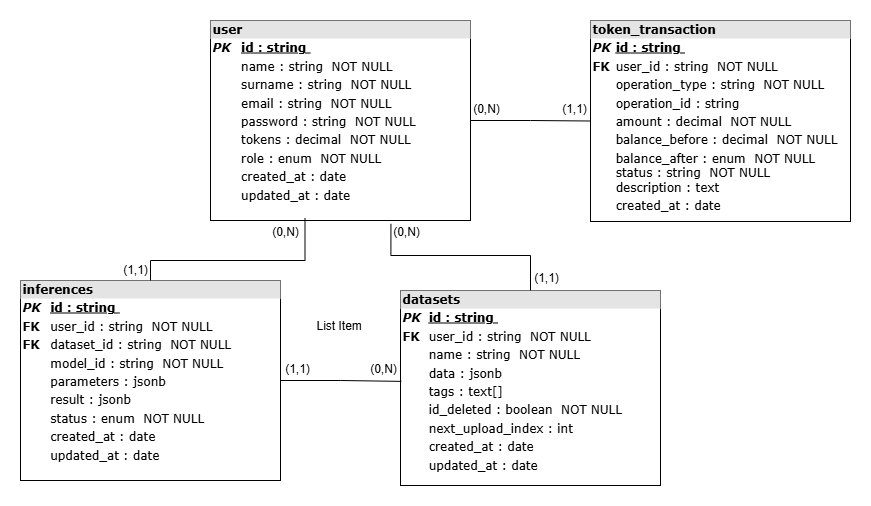
Before: public/Database.png, a diagram exported from draw.io (L041B/Advanced-Programming-Inpainting). Source tidied: cells renumbered, new cells last; positions are measured from the earlier drawing's top-left corner, leaving out a move shared by most shapes.
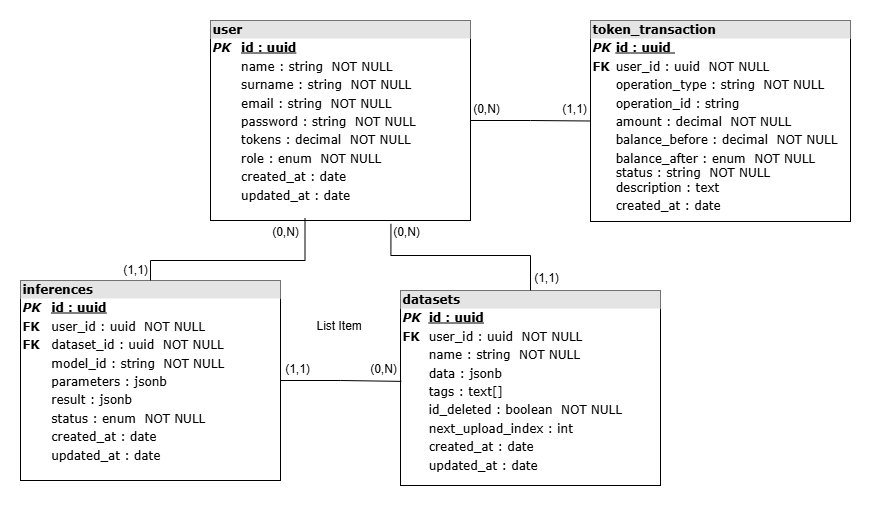
Later version of the same file.

Commit message:
chore: Update Database.png to reflect recent changes

What changed in the source:
```diff
@@ -5,16 +5,16 @@
     <mxCell id="2" style="edgeStyle=orthogonalEdgeStyle;rounded=0;jettySize=auto;html=1;exitX=1;exitY=0.5;exitDx=0;exitDy=0;entryX=0;entryY=0.5;entryDx=0;entryDy=0;endArrow=none;endFill=0;" parent="1" edge="1" source="3" target="4">
       <mxGeometry relative="1" as="geometry" />
     </mxCell>
-    <mxCell id="3" value="&lt;div style=&quot;box-sizing: border-box; width: 100%; background: rgb(228, 228, 228); padding: 2px;&quot;&gt;&lt;b&gt;user&lt;/b&gt;&lt;/div&gt;&lt;table style=&quot;width: 100% ; font-size: 1em&quot; cellpadding=&quot;2&quot; cellspacing=&quot;0&quot;&gt;&lt;tbody&gt;&lt;tr&gt;&lt;td&gt;&lt;i style=&quot;&quot;&gt;&lt;b&gt;PK&lt;/b&gt;&lt;/i&gt;&lt;/td&gt;&lt;td&gt;&lt;b&gt;&lt;u&gt;id : string&amp;nbsp;&lt;/u&gt;&lt;/b&gt;&amp;nbsp;&lt;/td&gt;&lt;/tr&gt;&lt;tr&gt;&lt;td&gt;&lt;br&gt;&lt;/td&gt;&lt;td&gt;name : string&amp;nbsp; NOT NULL&lt;/td&gt;&lt;/tr&gt;&lt;tr&gt;&lt;td&gt;&lt;/td&gt;&lt;td&gt;surname : string&amp;nbsp; NOT NULL&lt;/td&gt;&lt;/tr&gt;&lt;tr&gt;&lt;td&gt;&lt;br&gt;&lt;/td&gt;&lt;td&gt;email : string&amp;nbsp; NOT NULL&lt;/td&gt;&lt;/tr&gt;&lt;tr&gt;&lt;td&gt;&lt;br&gt;&lt;/td&gt;&lt;td&gt;password : string&amp;nbsp; NOT NULL&lt;/td&gt;&lt;/tr&gt;&lt;tr&gt;&lt;td&gt;&lt;br&gt;&lt;/td&gt;&lt;td&gt;tokens : decimal&amp;nbsp; NOT NULL&lt;/td&gt;&lt;/tr&gt;&lt;tr&gt;&lt;td&gt;&lt;br&gt;&lt;/td&gt;&lt;td&gt;role : enum&amp;nbsp; NOT NULL&lt;/td&gt;&lt;/tr&gt;&lt;tr&gt;&lt;td&gt;&lt;br&gt;&lt;/td&gt;&lt;td&gt;created_at : date&lt;/td&gt;&lt;/tr&gt;&lt;tr&gt;&lt;td&gt;&lt;br&gt;&lt;/td&gt;&lt;td&gt;updated_at : date&lt;/td&gt;&lt;/tr&gt;&lt;tr&gt;&lt;td&gt;&lt;/td&gt;&lt;td&gt;&lt;br&gt;&lt;/td&gt;&lt;/tr&gt;&lt;/tbody&gt;&lt;/table&gt;" style="verticalAlign=top;align=left;overflow=fill;html=1;rounded=0;shadow=0;comic=0;labelBackgroundColor=none;strokeWidth=1;fontFamily=Verdana;fontSize=12;" parent="1" vertex="1">
+    <mxCell id="3" value="&lt;div style=&quot;box-sizing: border-box; width: 100%; background: rgb(228, 228, 228); padding: 2px;&quot;&gt;&lt;b&gt;user&lt;/b&gt;&lt;/div&gt;&lt;table style=&quot;width: 100% ; font-size: 1em&quot; cellpadding=&quot;2&quot; cellspacing=&quot;0&quot;&gt;&lt;tbody&gt;&lt;tr&gt;&lt;td&gt;&lt;i style=&quot;&quot;&gt;&lt;b&gt;PK&lt;/b&gt;&lt;/i&gt;&lt;/td&gt;&lt;td&gt;&lt;b&gt;&lt;u&gt;id : uuid&lt;/u&gt;&lt;/b&gt;&amp;nbsp;&lt;/td&gt;&lt;/tr&gt;&lt;tr&gt;&lt;td&gt;&lt;br&gt;&lt;/td&gt;&lt;td&gt;name : string&amp;nbsp; NOT NULL&lt;/td&gt;&lt;/tr&gt;&lt;tr&gt;&lt;td&gt;&lt;/td&gt;&lt;td&gt;surname : string&amp;nbsp; NOT NULL&lt;/td&gt;&lt;/tr&gt;&lt;tr&gt;&lt;td&gt;&lt;br&gt;&lt;/td&gt;&lt;td&gt;email : string&amp;nbsp; NOT NULL&lt;/td&gt;&lt;/tr&gt;&lt;tr&gt;&lt;td&gt;&lt;br&gt;&lt;/td&gt;&lt;td&gt;password : string&amp;nbsp; NOT NULL&lt;/td&gt;&lt;/tr&gt;&lt;tr&gt;&lt;td&gt;&lt;br&gt;&lt;/td&gt;&lt;td&gt;tokens : decimal&amp;nbsp; NOT NULL&lt;/td&gt;&lt;/tr&gt;&lt;tr&gt;&lt;td&gt;&lt;br&gt;&lt;/td&gt;&lt;td&gt;role : enum&amp;nbsp; NOT NULL&lt;/td&gt;&lt;/tr&gt;&lt;tr&gt;&lt;td&gt;&lt;br&gt;&lt;/td&gt;&lt;td&gt;created_at : date&lt;/td&gt;&lt;/tr&gt;&lt;tr&gt;&lt;td&gt;&lt;br&gt;&lt;/td&gt;&lt;td&gt;updated_at : date&lt;/td&gt;&lt;/tr&gt;&lt;tr&gt;&lt;td&gt;&lt;/td&gt;&lt;td&gt;&lt;br&gt;&lt;/td&gt;&lt;/tr&gt;&lt;/tbody&gt;&lt;/table&gt;" style="verticalAlign=top;align=left;overflow=fill;html=1;rounded=0;shadow=0;comic=0;labelBackgroundColor=none;strokeWidth=1;fontFamily=Verdana;fontSize=12;" parent="1" vertex="1">
       <mxGeometry x="190" width="260" height="200" as="geometry" />
     </mxCell>
-    <mxCell id="4" value="&lt;div style=&quot;box-sizing: border-box; width: 100%; background: rgb(228, 228, 228); padding: 2px;&quot;&gt;&lt;b&gt;token_transaction&lt;/b&gt;&lt;/div&gt;&lt;table style=&quot;width: 100% ; font-size: 1em&quot; cellpadding=&quot;2&quot; cellspacing=&quot;0&quot;&gt;&lt;tbody&gt;&lt;tr&gt;&lt;td&gt;&lt;i style=&quot;&quot;&gt;&lt;b&gt;PK&lt;/b&gt;&lt;/i&gt;&lt;/td&gt;&lt;td&gt;&lt;b&gt;&lt;u&gt;id : string&amp;nbsp;&lt;/u&gt;&lt;/b&gt;&amp;nbsp;&lt;/td&gt;&lt;/tr&gt;&lt;tr&gt;&lt;td&gt;&lt;b&gt;FK&lt;/b&gt;&lt;/td&gt;&lt;td&gt;user_id : string&amp;nbsp; NOT NULL&lt;/td&gt;&lt;/tr&gt;&lt;tr&gt;&lt;td&gt;&lt;/td&gt;&lt;td&gt;operation_type : string&amp;nbsp; NOT NULL&lt;/td&gt;&lt;/tr&gt;&lt;tr&gt;&lt;td&gt;&lt;br&gt;&lt;/td&gt;&lt;td&gt;operation_id : string&amp;nbsp;&amp;nbsp;&lt;/td&gt;&lt;/tr&gt;&lt;tr&gt;&lt;td&gt;&lt;br&gt;&lt;/td&gt;&lt;td&gt;amount : decimal&amp;nbsp; NOT NULL&lt;/td&gt;&lt;/tr&gt;&lt;tr&gt;&lt;td&gt;&lt;br&gt;&lt;/td&gt;&lt;td&gt;balance_before : decimal&amp;nbsp; NOT NULL&lt;/td&gt;&lt;/tr&gt;&lt;tr&gt;&lt;td&gt;&lt;br&gt;&lt;/td&gt;&lt;td&gt;balance_after : enum&amp;nbsp; NOT NULL&lt;br&gt;status : string&amp;nbsp; NOT NULL&lt;br&gt;description : text&lt;/td&gt;&lt;/tr&gt;&lt;tr&gt;&lt;td&gt;&lt;br&gt;&lt;/td&gt;&lt;td&gt;created_at : date&lt;/td&gt;&lt;/tr&gt;&lt;tr&gt;&lt;td&gt;&lt;br&gt;&lt;/td&gt;&lt;td&gt;&lt;br&gt;&lt;/td&gt;&lt;/tr&gt;&lt;tr&gt;&lt;td&gt;&lt;/td&gt;&lt;td&gt;&lt;br&gt;&lt;/td&gt;&lt;/tr&gt;&lt;/tbody&gt;&lt;/table&gt;" style="verticalAlign=top;align=left;overflow=fill;html=1;rounded=0;shadow=0;comic=0;labelBackgroundColor=none;strokeWidth=1;fontFamily=Verdana;fontSize=12;" parent="1" vertex="1">
+    <mxCell id="4" value="&lt;div style=&quot;box-sizing: border-box; width: 100%; background: rgb(228, 228, 228); padding: 2px;&quot;&gt;&lt;b&gt;token_transaction&lt;/b&gt;&lt;/div&gt;&lt;table style=&quot;width: 100% ; font-size: 1em&quot; cellpadding=&quot;2&quot; cellspacing=&quot;0&quot;&gt;&lt;tbody&gt;&lt;tr&gt;&lt;td&gt;&lt;i style=&quot;&quot;&gt;&lt;b&gt;PK&lt;/b&gt;&lt;/i&gt;&lt;/td&gt;&lt;td&gt;&lt;b&gt;&lt;u&gt;id : uuid&amp;nbsp;&lt;/u&gt;&lt;/b&gt;&amp;nbsp;&lt;/td&gt;&lt;/tr&gt;&lt;tr&gt;&lt;td&gt;&lt;b&gt;FK&lt;/b&gt;&lt;/td&gt;&lt;td&gt;user_id : uuid&amp;nbsp; NOT NULL&lt;/td&gt;&lt;/tr&gt;&lt;tr&gt;&lt;td&gt;&lt;/td&gt;&lt;td&gt;operation_type : string&amp;nbsp; NOT NULL&lt;/td&gt;&lt;/tr&gt;&lt;tr&gt;&lt;td&gt;&lt;br&gt;&lt;/td&gt;&lt;td&gt;operation_id : string&amp;nbsp;&amp;nbsp;&lt;/td&gt;&lt;/tr&gt;&lt;tr&gt;&lt;td&gt;&lt;br&gt;&lt;/td&gt;&lt;td&gt;amount : decimal&amp;nbsp; NOT NULL&lt;/td&gt;&lt;/tr&gt;&lt;tr&gt;&lt;td&gt;&lt;br&gt;&lt;/td&gt;&lt;td&gt;balance_before : decimal&amp;nbsp; NOT NULL&lt;/td&gt;&lt;/tr&gt;&lt;tr&gt;&lt;td&gt;&lt;br&gt;&lt;/td&gt;&lt;td&gt;balance_after : enum&amp;nbsp; NOT NULL&lt;br&gt;status : string&amp;nbsp; NOT NULL&lt;br&gt;description : text&lt;/td&gt;&lt;/tr&gt;&lt;tr&gt;&lt;td&gt;&lt;br&gt;&lt;/td&gt;&lt;td&gt;created_at : date&lt;/td&gt;&lt;/tr&gt;&lt;tr&gt;&lt;td&gt;&lt;br&gt;&lt;/td&gt;&lt;td&gt;&lt;br&gt;&lt;/td&gt;&lt;/tr&gt;&lt;tr&gt;&lt;td&gt;&lt;/td&gt;&lt;td&gt;&lt;br&gt;&lt;/td&gt;&lt;/tr&gt;&lt;/tbody&gt;&lt;/table&gt;" style="verticalAlign=top;align=left;overflow=fill;html=1;rounded=0;shadow=0;comic=0;labelBackgroundColor=none;strokeWidth=1;fontFamily=Verdana;fontSize=12;" parent="1" vertex="1">
       <mxGeometry x="570" width="260" height="201" as="geometry" />
     </mxCell>
-    <mxCell id="5" value="&lt;div style=&quot;box-sizing: border-box; width: 100%; background: rgb(228, 228, 228); padding: 2px;&quot;&gt;&lt;b&gt;datasets&lt;/b&gt;&lt;/div&gt;&lt;table style=&quot;width: 100% ; font-size: 1em&quot; cellpadding=&quot;2&quot; cellspacing=&quot;0&quot;&gt;&lt;tbody&gt;&lt;tr&gt;&lt;td&gt;&lt;i style=&quot;&quot;&gt;&lt;b&gt;PK&lt;/b&gt;&lt;/i&gt;&lt;/td&gt;&lt;td&gt;&lt;b&gt;&lt;u&gt;id : string&amp;nbsp;&lt;/u&gt;&lt;/b&gt;&amp;nbsp;&lt;br&gt;&lt;/td&gt;&lt;/tr&gt;&lt;tr&gt;&lt;td&gt;&lt;b&gt;FK&lt;/b&gt;&lt;br&gt;&lt;/td&gt;&lt;td&gt;user_id : string&amp;nbsp; NOT NULL&lt;/td&gt;&lt;/tr&gt;&lt;tr&gt;&lt;td&gt;&lt;/td&gt;&lt;td&gt;name : string&amp;nbsp; NOT NULL&lt;/td&gt;&lt;/tr&gt;&lt;tr&gt;&lt;td&gt;&lt;br&gt;&lt;/td&gt;&lt;td&gt;data : jsonb&lt;/td&gt;&lt;/tr&gt;&lt;tr&gt;&lt;td&gt;&lt;br&gt;&lt;/td&gt;&lt;td&gt;tags : text[]&lt;/td&gt;&lt;/tr&gt;&lt;tr&gt;&lt;td&gt;&lt;br&gt;&lt;/td&gt;&lt;td&gt;id_deleted : boolean&amp;nbsp; NOT NULL&lt;/td&gt;&lt;/tr&gt;&lt;tr&gt;&lt;td&gt;&lt;br&gt;&lt;/td&gt;&lt;td&gt;next_upload_index : int&lt;/td&gt;&lt;/tr&gt;&lt;tr&gt;&lt;td&gt;&lt;br&gt;&lt;/td&gt;&lt;td&gt;created_at : date&lt;/td&gt;&lt;/tr&gt;&lt;tr&gt;&lt;td&gt;&lt;br&gt;&lt;/td&gt;&lt;td&gt;updated_at : date&lt;/td&gt;&lt;/tr&gt;&lt;tr&gt;&lt;td&gt;&lt;/td&gt;&lt;td&gt;&lt;br&gt;&lt;/td&gt;&lt;/tr&gt;&lt;/tbody&gt;&lt;/table&gt;" style="verticalAlign=top;align=left;overflow=fill;html=1;rounded=0;shadow=0;comic=0;labelBackgroundColor=none;strokeWidth=1;fontFamily=Verdana;fontSize=12;" parent="1" vertex="1">
+    <mxCell id="5" value="&lt;div style=&quot;box-sizing: border-box; width: 100%; background: rgb(228, 228, 228); padding: 2px;&quot;&gt;&lt;b&gt;datasets&lt;/b&gt;&lt;/div&gt;&lt;table style=&quot;width: 100% ; font-size: 1em&quot; cellpadding=&quot;2&quot; cellspacing=&quot;0&quot;&gt;&lt;tbody&gt;&lt;tr&gt;&lt;td&gt;&lt;i style=&quot;&quot;&gt;&lt;b&gt;PK&lt;/b&gt;&lt;/i&gt;&lt;/td&gt;&lt;td&gt;&lt;b&gt;&lt;u&gt;id : uuid&lt;/u&gt;&lt;/b&gt;&amp;nbsp;&lt;br&gt;&lt;/td&gt;&lt;/tr&gt;&lt;tr&gt;&lt;td&gt;&lt;b&gt;FK&lt;/b&gt;&lt;br&gt;&lt;/td&gt;&lt;td&gt;user_id : uuid&amp;nbsp; NOT NULL&lt;/td&gt;&lt;/tr&gt;&lt;tr&gt;&lt;td&gt;&lt;/td&gt;&lt;td&gt;name : string&amp;nbsp; NOT NULL&lt;/td&gt;&lt;/tr&gt;&lt;tr&gt;&lt;td&gt;&lt;br&gt;&lt;/td&gt;&lt;td&gt;data : jsonb&lt;/td&gt;&lt;/tr&gt;&lt;tr&gt;&lt;td&gt;&lt;br&gt;&lt;/td&gt;&lt;td&gt;tags : text[]&lt;/td&gt;&lt;/tr&gt;&lt;tr&gt;&lt;td&gt;&lt;br&gt;&lt;/td&gt;&lt;td&gt;id_deleted : boolean&amp;nbsp; NOT NULL&lt;/td&gt;&lt;/tr&gt;&lt;tr&gt;&lt;td&gt;&lt;br&gt;&lt;/td&gt;&lt;td&gt;next_upload_index : int&lt;/td&gt;&lt;/tr&gt;&lt;tr&gt;&lt;td&gt;&lt;br&gt;&lt;/td&gt;&lt;td&gt;created_at : date&lt;/td&gt;&lt;/tr&gt;&lt;tr&gt;&lt;td&gt;&lt;br&gt;&lt;/td&gt;&lt;td&gt;updated_at : date&lt;/td&gt;&lt;/tr&gt;&lt;tr&gt;&lt;td&gt;&lt;/td&gt;&lt;td&gt;&lt;br&gt;&lt;/td&gt;&lt;/tr&gt;&lt;/tbody&gt;&lt;/table&gt;" style="verticalAlign=top;align=left;overflow=fill;html=1;rounded=0;shadow=0;comic=0;labelBackgroundColor=none;strokeWidth=1;fontFamily=Verdana;fontSize=12;" parent="1" vertex="1">
       <mxGeometry x="380" y="270" width="260" height="195" as="geometry" />
     </mxCell>
-    <mxCell id="6" value="&lt;div style=&quot;box-sizing: border-box; width: 100%; background: rgb(228, 228, 228); padding: 2px;&quot;&gt;&lt;b&gt;inferences&lt;/b&gt;&lt;/div&gt;&lt;table style=&quot;width: 100% ; font-size: 1em&quot; cellpadding=&quot;2&quot; cellspacing=&quot;0&quot;&gt;&lt;tbody&gt;&lt;tr&gt;&lt;td&gt;&lt;i style=&quot;&quot;&gt;&lt;b&gt;PK&lt;/b&gt;&lt;/i&gt;&lt;/td&gt;&lt;td&gt;&lt;b&gt;&lt;u&gt;id : string&amp;nbsp;&lt;/u&gt;&lt;/b&gt;&amp;nbsp;&lt;/td&gt;&lt;/tr&gt;&lt;tr&gt;&lt;td&gt;&lt;b&gt;FK&lt;/b&gt;&lt;/td&gt;&lt;td&gt;user_id : string&amp;nbsp; NOT NULL&lt;/td&gt;&lt;/tr&gt;&lt;tr&gt;&lt;td&gt;&lt;b&gt;FK&lt;/b&gt;&lt;/td&gt;&lt;td&gt;dataset_id : string&amp;nbsp; NOT NULL&lt;/td&gt;&lt;/tr&gt;&lt;tr&gt;&lt;td&gt;&lt;br&gt;&lt;/td&gt;&lt;td&gt;model_id : string&amp;nbsp; NOT NULL&lt;/td&gt;&lt;/tr&gt;&lt;tr&gt;&lt;td&gt;&lt;br&gt;&lt;/td&gt;&lt;td&gt;parameters : jsonb&amp;nbsp;&amp;nbsp;&lt;/td&gt;&lt;/tr&gt;&lt;tr&gt;&lt;td&gt;&lt;br&gt;&lt;/td&gt;&lt;td&gt;result : jsonb&amp;nbsp;&amp;nbsp;&lt;/td&gt;&lt;/tr&gt;&lt;tr&gt;&lt;td&gt;&lt;br&gt;&lt;/td&gt;&lt;td&gt;status : enum&amp;nbsp; NOT NULL&lt;/td&gt;&lt;/tr&gt;&lt;tr&gt;&lt;td&gt;&lt;br&gt;&lt;/td&gt;&lt;td&gt;created_at : date&lt;/td&gt;&lt;/tr&gt;&lt;tr&gt;&lt;td&gt;&lt;br&gt;&lt;/td&gt;&lt;td&gt;updated_at : date&lt;/td&gt;&lt;/tr&gt;&lt;tr&gt;&lt;td&gt;&lt;/td&gt;&lt;td&gt;&lt;br&gt;&lt;/td&gt;&lt;/tr&gt;&lt;/tbody&gt;&lt;/table&gt;" style="verticalAlign=top;align=left;overflow=fill;html=1;rounded=0;shadow=0;comic=0;labelBackgroundColor=none;strokeWidth=1;fontFamily=Verdana;fontSize=12;" parent="1" vertex="1">
+    <mxCell id="6" value="&lt;div style=&quot;box-sizing: border-box; width: 100%; background: rgb(228, 228, 228); padding: 2px;&quot;&gt;&lt;b&gt;inferences&lt;/b&gt;&lt;/div&gt;&lt;table style=&quot;width: 100% ; font-size: 1em&quot; cellpadding=&quot;2&quot; cellspacing=&quot;0&quot;&gt;&lt;tbody&gt;&lt;tr&gt;&lt;td&gt;&lt;i style=&quot;&quot;&gt;&lt;b&gt;PK&lt;/b&gt;&lt;/i&gt;&lt;/td&gt;&lt;td&gt;&lt;b&gt;&lt;u&gt;id : uuid&lt;/u&gt;&lt;/b&gt;&lt;/td&gt;&lt;/tr&gt;&lt;tr&gt;&lt;td&gt;&lt;b&gt;FK&lt;/b&gt;&lt;/td&gt;&lt;td&gt;user_id : uuid&amp;nbsp; NOT NULL&lt;/td&gt;&lt;/tr&gt;&lt;tr&gt;&lt;td&gt;&lt;b&gt;FK&lt;/b&gt;&lt;/td&gt;&lt;td&gt;dataset_id : uuid&amp;nbsp; NOT NULL&lt;/td&gt;&lt;/tr&gt;&lt;tr&gt;&lt;td&gt;&lt;br&gt;&lt;/td&gt;&lt;td&gt;model_id : string&amp;nbsp; NOT NULL&lt;/td&gt;&lt;/tr&gt;&lt;tr&gt;&lt;td&gt;&lt;br&gt;&lt;/td&gt;&lt;td&gt;parameters : jsonb&amp;nbsp;&amp;nbsp;&lt;/td&gt;&lt;/tr&gt;&lt;tr&gt;&lt;td&gt;&lt;br&gt;&lt;/td&gt;&lt;td&gt;result : jsonb&amp;nbsp;&amp;nbsp;&lt;/td&gt;&lt;/tr&gt;&lt;tr&gt;&lt;td&gt;&lt;br&gt;&lt;/td&gt;&lt;td&gt;status : enum&amp;nbsp; NOT NULL&lt;/td&gt;&lt;/tr&gt;&lt;tr&gt;&lt;td&gt;&lt;br&gt;&lt;/td&gt;&lt;td&gt;created_at : date&lt;/td&gt;&lt;/tr&gt;&lt;tr&gt;&lt;td&gt;&lt;br&gt;&lt;/td&gt;&lt;td&gt;updated_at : date&lt;/td&gt;&lt;/tr&gt;&lt;tr&gt;&lt;td&gt;&lt;/td&gt;&lt;td&gt;&lt;br&gt;&lt;/td&gt;&lt;/tr&gt;&lt;/tbody&gt;&lt;/table&gt;" style="verticalAlign=top;align=left;overflow=fill;html=1;rounded=0;shadow=0;comic=0;labelBackgroundColor=none;strokeWidth=1;fontFamily=Verdana;fontSize=12;" parent="1" vertex="1">
       <mxGeometry y="260" width="260" height="200" as="geometry" />
     </mxCell>
     <mxCell id="7" style="edgeStyle=orthogonalEdgeStyle;rounded=0;jettySize=auto;html=1;exitX=0.5;exitY=0;exitDx=0;exitDy=0;entryX=0.694;entryY=1.017;entryDx=0;entryDy=0;entryPerimeter=0;endArrow=none;endFill=0;" parent="1" edge="1" source="5" target="3">
```
